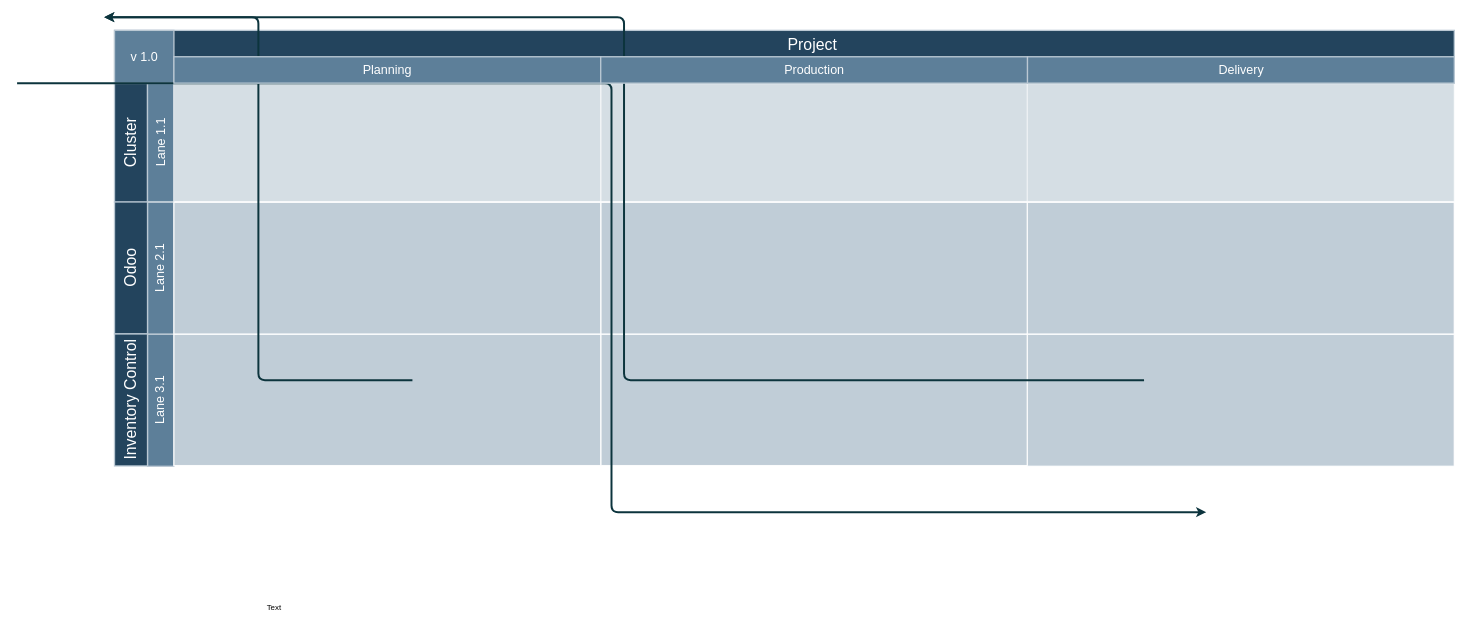
Kazkade/Flowcharts keeps this draw.io diagram as Untitled Diagram.drawio. Above is the earlier version. Source tidied: cells renumbered, new cells numbered last; positions are measured from the earlier drawing's top-left corner, leaving out a move shared by most shapes. Both pictures are drawn from the tidied source at 66%, with x=0, y=0 at pixel (16, 16).
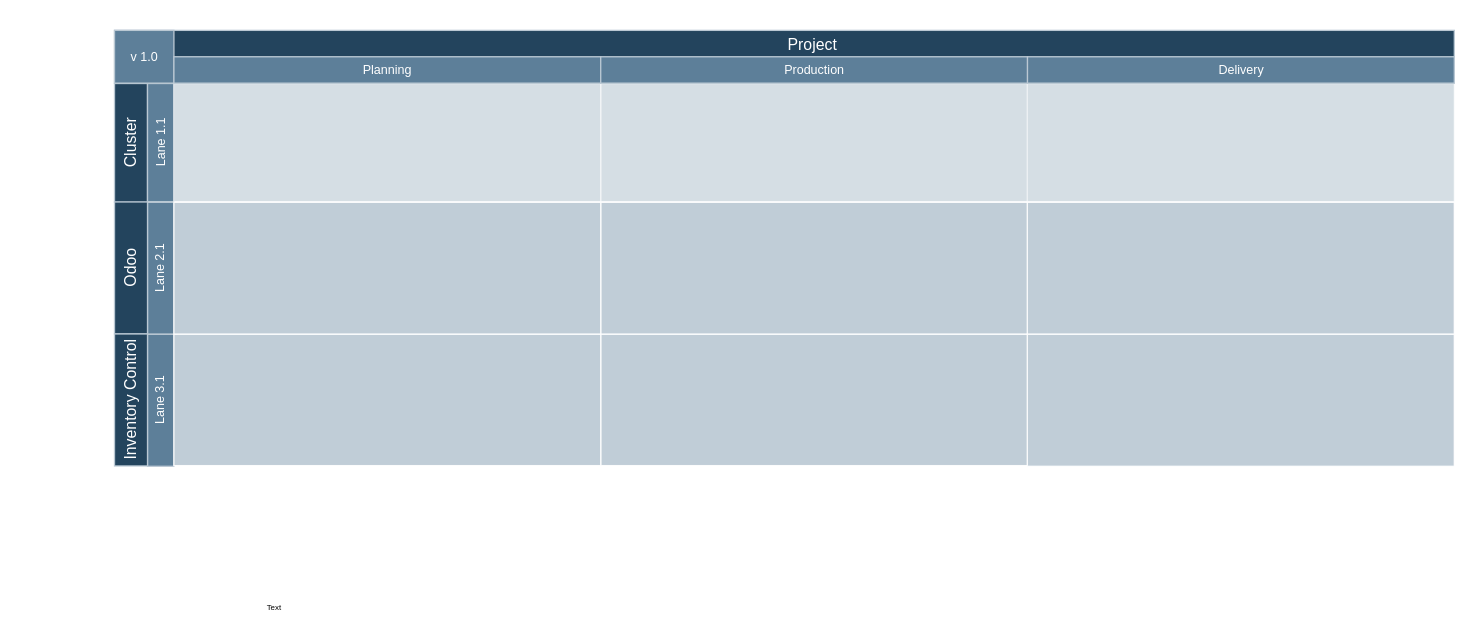
Above is the later version.

The edit, as a diff of the source:
```diff
@@
-    <mxCell id="19" style="edgeStyle=elbowEdgeStyle;elbow=horizontal;strokeWidth=3;strokeColor=#0C343D;fontFamily=Helvetica;html=1;" parent="1" edge="1">
-      <mxGeometry x="6.4" y="830.5" as="geometry">
-        <mxPoint x="599.4" y="550.5" as="sourcePoint" />
-        <mxPoint x="132.4" y="0.5" as="targetPoint" />
-      </mxGeometry>
-    </mxCell>
-    <mxCell id="20" style="edgeStyle=elbowEdgeStyle;elbow=horizontal;strokeWidth=3;strokeColor=#0C343D;fontFamily=Helvetica;html=1;" parent="1" edge="1">
-      <mxGeometry x="6.4" y="830.5" as="geometry">
-        <mxPoint x="0.4" y="100.5" as="sourcePoint" />
-        <mxPoint x="1802.1" y="750.5" as="targetPoint" />
-      </mxGeometry>
-    </mxCell>
-    <mxCell id="21" style="edgeStyle=elbowEdgeStyle;elbow=horizontal;strokeWidth=3;strokeColor=#0C343D;fontFamily=Helvetica;html=1;" parent="1" edge="1">
-      <mxGeometry x="6.4" y="830.5" as="geometry">
-        <mxPoint x="1707.9" y="550.5" as="sourcePoint" />
-        <mxPoint x="132.4" y="0.5" as="targetPoint" />
-      </mxGeometry>
-    </mxCell>
```
